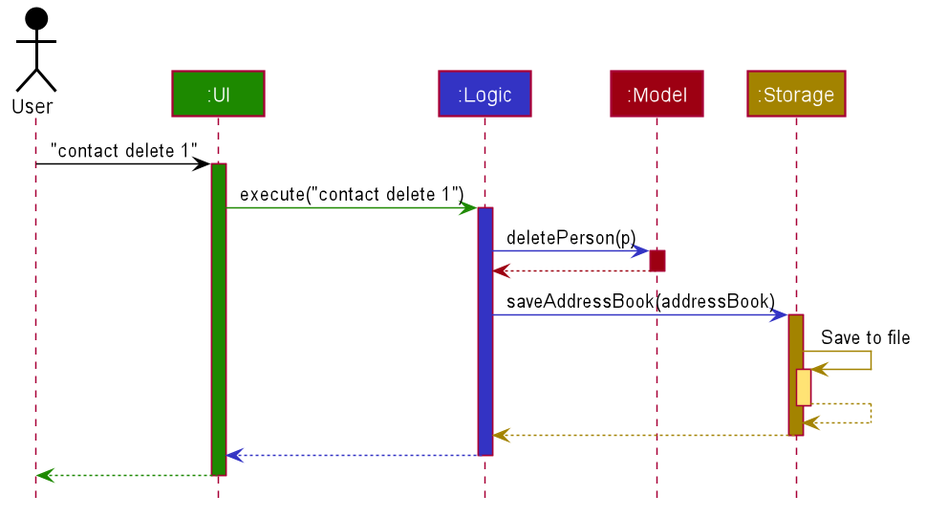
sebastiantoh/tp keeps this PlantUML diagram as docs/images/ArchitectureSequenceDiagram.png. Above is the earlier version. Its source is kept beside it as docs/diagrams/ArchitectureSequenceDiagram.puml.
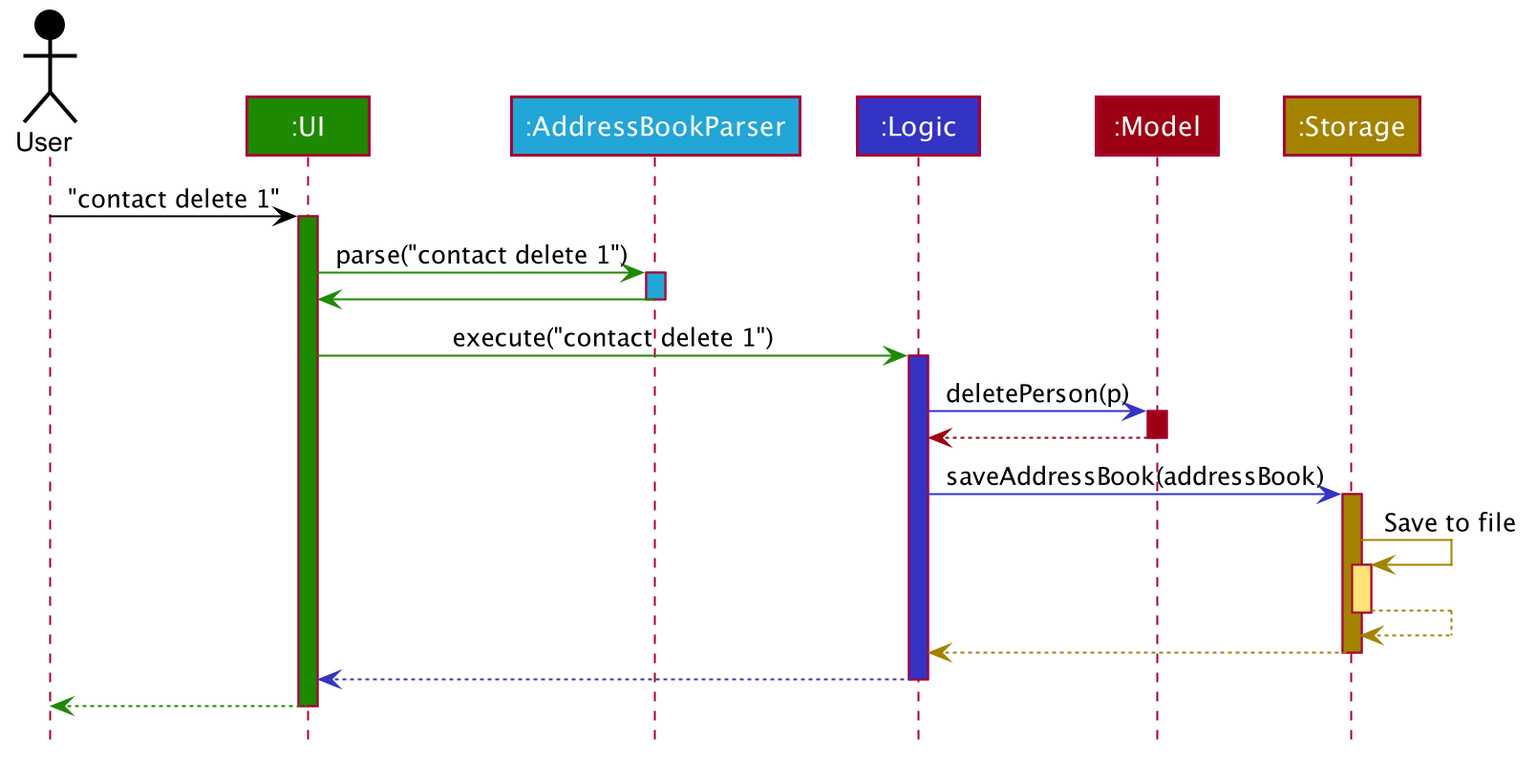
The same diagram one commit later.

Diff of the diagram source:
```diff
@@ -3,12 +3,19 @@
 
 Actor User as user USER_COLOR
 Participant ":UI" as ui UI_COLOR
+Participant ":AddressBookParser" as parser PARSER_COLOR
 Participant ":Logic" as logic LOGIC_COLOR
 Participant ":Model" as model MODEL_COLOR
 Participant ":Storage" as storage STORAGE_COLOR
 
 user -[USER_COLOR]> ui : "contact delete 1"
 activate ui UI_COLOR
+
+ui -[UI_COLOR]> parser : parse("contact delete 1")
+activate parser PARSER_COLOR
+
+parser -[UI_COLOR]> ui
+deactivate parser PARSER_COLOR
 
 ui -[UI_COLOR]> logic : execute("contact delete 1")
 activate logic LOGIC_COLOR
```
